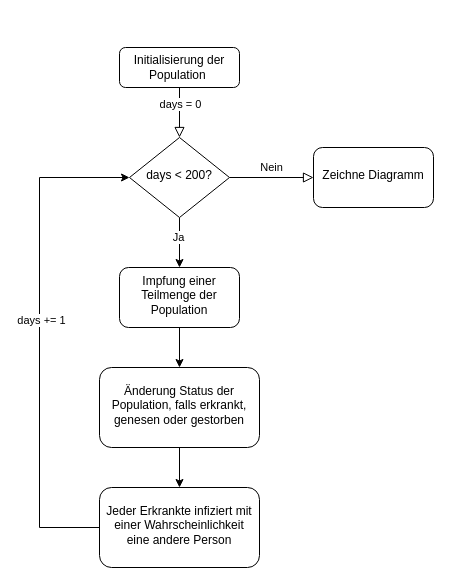
Earlier version of the draw.io diagram Flowchart.drawio (Garitz/Flowchart_statistic). Source tidied: cells renumbered, new cells numbered last; positions are measured from the earlier drawing's top-left corner, leaving out a move shared by most shapes. Both pictures are drawn from the tidied source at 100%, with x=0, y=0 at pixel (39, 47).
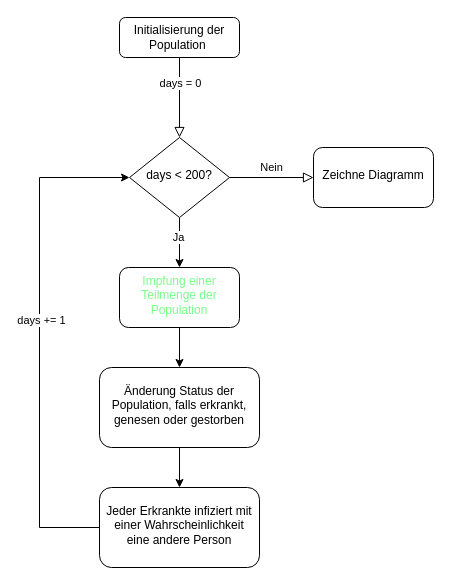
After the change.

The edit, as a diff of the source:
```diff
@@
 <mxGraphModel>
   <root>
     <mxCell id="0" />
     <mxCell id="1" parent="0" />
     <mxCell id="2" style="rounded=0;html=1;jettySize=auto;fontSize=11;endArrow=block;endFill=0;endSize=8;strokeWidth=1;shadow=0;labelBackgroundColor=none;edgeStyle=orthogonalEdgeStyle;" parent="1" edge="1" source="4" target="8">
       <mxGeometry relative="1" as="geometry" />
     </mxCell>
     <mxCell id="3" value="days = 0" style="edgeLabel;html=1;align=center;verticalAlign=middle;" parent="2" vertex="1">
       <mxGeometry x="-0.37" relative="1" as="geometry" />
     </mxCell>
     <mxCell id="4" value="Initialisierung der Population&amp;nbsp;" style="rounded=1;whiteSpace=wrap;html=1;fontSize=12;glass=0;strokeWidth=1;shadow=0;" parent="1" vertex="1">
-      <mxGeometry x="80" width="120" height="40" as="geometry" />
+      <mxGeometry x="80" y="-30" width="120" height="40" as="geometry" />
     </mxCell>
     <mxCell id="5" value="Nein" style="edgeStyle=orthogonalEdgeStyle;rounded=0;html=1;jettySize=auto;fontSize=11;endArrow=block;endFill=0;endSize=8;strokeWidth=1;shadow=0;labelBackgroundColor=none;entryX=0;entryY=0.5;entryDx=0;entryDy=0;" parent="1" edge="1" source="8" target="9">
       <mxGeometry y="10" relative="1" as="geometry" />
     </mxCell>
     <mxCell id="6" style="edgeStyle=orthogonalEdgeStyle;rounded=0;jettySize=auto;html=1;" parent="1" edge="1" source="8" target="11">
       <mxGeometry relative="1" as="geometry" />
     </mxCell>
     <mxCell id="7" value="Ja" style="edgeLabel;html=1;align=center;verticalAlign=middle;" parent="6" vertex="1">
       <mxGeometry x="-0.23" y="-2" relative="1" as="geometry" />
     </mxCell>
     <mxCell id="8" value="days &amp;lt; 200?" style="rhombus;whiteSpace=wrap;html=1;shadow=0;fontFamily=Helvetica;fontSize=12;align=center;strokeWidth=1;spacing=6;spacingTop=-4;" parent="1" vertex="1">
       <mxGeometry x="90" y="90" width="100" height="80" as="geometry" />
     </mxCell>
     <mxCell id="9" value="Zeichne Diagramm" style="rounded=1;whiteSpace=wrap;html=1;shadow=0;strokeWidth=1;spacing=6;spacingTop=-4;" parent="1" vertex="1">
       <mxGeometry x="274" y="100" width="120" height="60" as="geometry" />
     </mxCell>
     <mxCell id="10" style="edgeStyle=orthogonalEdgeStyle;rounded=0;jettySize=auto;html=1;" parent="1" edge="1" source="11" target="13">
       <mxGeometry relative="1" as="geometry" />
     </mxCell>
-    <mxCell id="11" value="Impfung einer Teilmenge der Population" style="rounded=1;whiteSpace=wrap;html=1;shadow=0;strokeWidth=1;spacing=6;spacingTop=-4;" parent="1" vertex="1">
+    <mxCell id="11" value="&lt;font color=&quot;#78ff8a&quot;&gt;Impfung einer Teilmenge der Population&lt;/font&gt;" style="rounded=1;whiteSpace=wrap;html=1;shadow=0;strokeWidth=1;spacing=6;spacingTop=-4;" parent="1" vertex="1">
       <mxGeometry x="80" y="220" width="120" height="60" as="geometry" />
     </mxCell>
     <mxCell id="12" style="edgeStyle=orthogonalEdgeStyle;rounded=0;jettySize=auto;html=1;" parent="1" edge="1" source="13" target="16">
       <mxGeometry relative="1" as="geometry" />
     </mxCell>
     <mxCell id="13" value="Änderung Status der Population, falls erkrankt, genesen oder gestorben" style="rounded=1;whiteSpace=wrap;html=1;shadow=0;strokeWidth=1;spacing=6;spacingTop=-4;" parent="1" vertex="1">
       <mxGeometry x="60" y="320" width="160" height="80" as="geometry" />
     </mxCell>
     <mxCell id="14" style="edgeStyle=orthogonalEdgeStyle;rounded=0;jettySize=auto;html=1;entryX=0;entryY=0.5;entryDx=0;entryDy=0;" parent="1" edge="1" source="16" target="8">
       <mxGeometry relative="1" as="geometry">
         <Array as="points">
           <mxPoint y="480" />
           <mxPoint y="130" />
         </Array>
       </mxGeometry>
     </mxCell>
     <mxCell id="15" value="days += 1" style="edgeLabel;html=1;align=center;verticalAlign=middle;" parent="14" vertex="1">
       <mxGeometry x="0.07" y="-1" relative="1" as="geometry" />
     </mxCell>
     <mxCell id="16" value="Jeder Erkrankte infiziert mit einer Wahrscheinlichkeit eine andere Person" style="rounded=1;whiteSpace=wrap;html=1;shadow=0;strokeWidth=1;spacing=6;spacingTop=-4;" parent="1" vertex="1">
       <mxGeometry x="60" y="440" width="160" height="80" as="geometry" />
     </mxCell>
   </root>
 </mxGraphModel>
```
